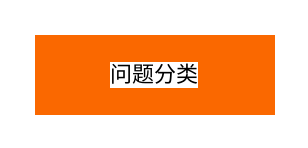
This is yx流量模型治理.drawio from mineminemine123/work-wiki, a draw.io file, before an edit. Source tidied: cells renumbered, new cells numbered last; positions are measured from the earlier drawing's top-left corner, leaving out a move shared by most shapes. Both pictures are drawn from the tidied source at 200%, with x=0, y=0 at pixel (34, 34).
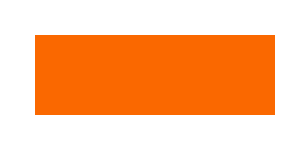
After the change.

Commit message (it also covers changes not shown here):
更新yx流量模型治理.drawio

What changed in the source:
```diff
@@
 <mxGraphModel>
   <root>
     <mxCell id="0" />
     <mxCell id="1" parent="0" />
-    <mxCell id="2" value="问题分类" style="rounded=0;whiteSpace=wrap;html=1;labelBackgroundColor=#ffffff;hachureGap=4;strokeColor=none;strokeWidth=1;fontFamily=Architects Daughter;fontSize=11;fontColor=#000000;fillColor=#fa6800;" parent="1" vertex="1">
+    <mxCell id="2" style="rounded=0;whiteSpace=wrap;html=1;labelBackgroundColor=#ffffff;hachureGap=4;strokeColor=none;strokeWidth=1;fontFamily=Architects Daughter;fontSize=11;fontColor=#000000;fillColor=#fa6800;" parent="1" vertex="1">
       <mxGeometry width="120" height="40" as="geometry" />
     </mxCell>
   </root>
 </mxGraphModel>
```
